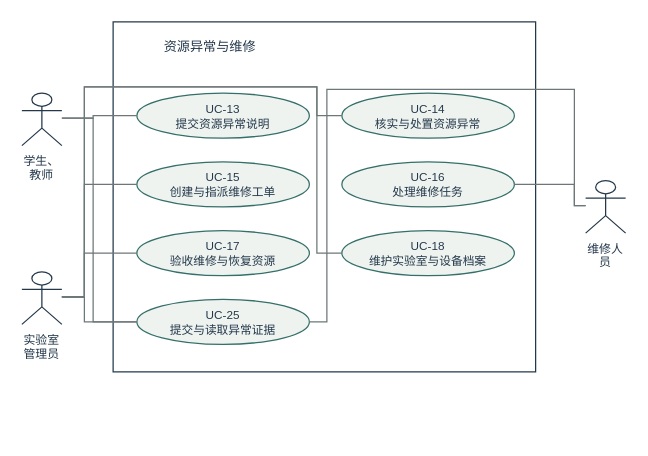
Earlier version of the draw.io diagram models/图形源文件/图4-4-维护用例分图.drawio (yvming67-gif/campus-lab-equipment-manager). Source tidied: cells renumbered, new cells numbered last; positions are measured from the earlier drawing's top-left corner, leaving out a move shared by most shapes. Both pictures are drawn from the tidied source at 125%, with x=0, y=0 at pixel (21, 21).
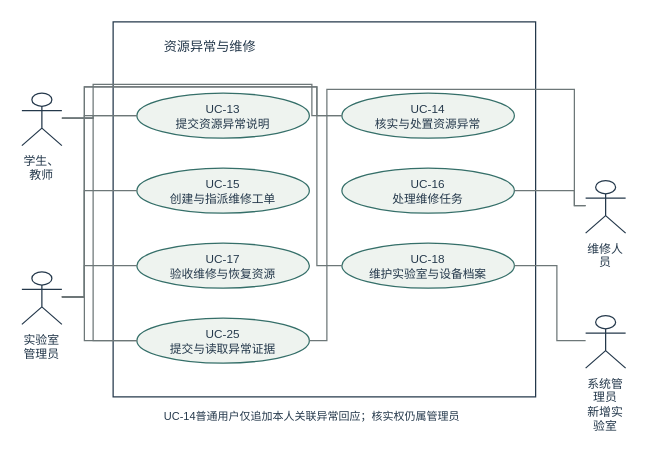
After the change.

Unchanged cells that the change refers to:
```xml
<mxCell id="4" value="UC-13&lt;br&gt;提交资源异常说明" style="ellipse;strokeColor=#356f69;fillColor=#eef3ef;whiteSpace=wrap;html=1;fontFamily=Microsoft YaHei;fontSize=9.4;fontColor=#24384b;" parent="1" vertex="1">
  <mxGeometry x="92" y="57" width="138" height="36" as="geometry" />
</mxCell>
<mxCell id="5" value="UC-14&lt;br&gt;核实与处置资源异常" style="ellipse;strokeColor=#356f69;fillColor=#eef3ef;whiteSpace=wrap;html=1;fontFamily=Microsoft YaHei;fontSize=9.4;fontColor=#24384b;" parent="1" vertex="1">
  <mxGeometry x="256" y="57" width="138" height="36" as="geometry" />
</mxCell>
<mxCell id="11" value="学生、教师" style="shape=umlActor;verticalLabelPosition=bottom;verticalAlign=top;strokeColor=#24384b;fillColor=none;whiteSpace=wrap;html=1;fontFamily=Microsoft YaHei;fontSize=9.5;fontColor=#24384b;" parent="1" vertex="1">
  <mxGeometry y="57" width="32" height="42" as="geometry" />
</mxCell>
<mxCell id="14" value="实验室&lt;br&gt;管理员" style="shape=umlActor;verticalLabelPosition=bottom;verticalAlign=top;strokeColor=#24384b;fillColor=none;whiteSpace=wrap;html=1;fontFamily=Microsoft YaHei;fontSize=9.5;fontColor=#24384b;" parent="1" vertex="1">
  <mxGeometry y="200" width="32" height="42" as="geometry" />
</mxCell>
<mxCell id="20" value="维修人员" style="shape=umlActor;verticalLabelPosition=bottom;verticalAlign=top;strokeColor=#24384b;fillColor=none;whiteSpace=wrap;html=1;fontFamily=Microsoft YaHei;fontSize=9.5;fontColor=#24384b;" parent="1" vertex="1">
  <mxGeometry x="451" y="127" width="32" height="42" as="geometry" />
</mxCell>
```

The edit, as a diff of the source:
```diff
@@
     <mxCell id="2" style="rounded=0;strokeColor=#24384b;fillColor=none;whiteSpace=wrap;html=1;fontFamily=Microsoft YaHei;fontSize=10;fontColor=#24384b;" parent="1" vertex="1">
-      <mxGeometry x="73" width="338" height="280" as="geometry" />
+      <mxGeometry x="73" width="338" height="300" as="geometry" />
     </mxCell>
@@
     <mxCell id="6" value="UC-15&lt;br&gt;创建与指派维修工单" style="ellipse;strokeColor=#356f69;fillColor=#eef3ef;whiteSpace=wrap;html=1;fontFamily=Microsoft YaHei;fontSize=9.4;fontColor=#24384b;" parent="1" vertex="1">
-      <mxGeometry x="92" y="112" width="138" height="36" as="geometry" />
+      <mxGeometry x="92" y="117" width="138" height="36" as="geometry" />
     </mxCell>
     <mxCell id="7" value="UC-16&lt;br&gt;处理维修任务" style="ellipse;strokeColor=#356f69;fillColor=#eef3ef;whiteSpace=wrap;html=1;fontFamily=Microsoft YaHei;fontSize=9.4;fontColor=#24384b;" parent="1" vertex="1">
-      <mxGeometry x="256" y="112" width="138" height="36" as="geometry" />
+      <mxGeometry x="256" y="117" width="138" height="36" as="geometry" />
     </mxCell>
     <mxCell id="8" value="UC-17&lt;br&gt;验收维修与恢复资源" style="ellipse;strokeColor=#356f69;fillColor=#eef3ef;whiteSpace=wrap;html=1;fontFamily=Microsoft YaHei;fontSize=9.4;fontColor=#24384b;" parent="1" vertex="1">
-      <mxGeometry x="92" y="167" width="138" height="36" as="geometry" />
+      <mxGeometry x="92" y="177" width="138" height="36" as="geometry" />
     </mxCell>
     <mxCell id="9" value="UC-18&lt;br&gt;维护实验室与设备档案" style="ellipse;strokeColor=#356f69;fillColor=#eef3ef;whiteSpace=wrap;html=1;fontFamily=Microsoft YaHei;fontSize=9.4;fontColor=#24384b;" parent="1" vertex="1">
-      <mxGeometry x="256" y="167" width="138" height="36" as="geometry" />
+      <mxGeometry x="256" y="177" width="138" height="36" as="geometry" />
     </mxCell>
     <mxCell id="10" value="UC-25&lt;br&gt;提交与读取异常证据" style="ellipse;strokeColor=#356f69;fillColor=#eef3ef;whiteSpace=wrap;html=1;fontFamily=Microsoft YaHei;fontSize=9.4;fontColor=#24384b;" parent="1" vertex="1">
-      <mxGeometry x="92" y="222" width="138" height="36" as="geometry" />
+      <mxGeometry x="92" y="237" width="138" height="36" as="geometry" />
     </mxCell>
@@
-    <mxCell id="13" style="edgeStyle=none;rounded=0;endArrow=none;dashed=0;strokeColor=#6d7778;exitX=1.0;exitY=0.47619047619047616;exitPerimeter=0;entryX=0.0;entryY=0.5;entryPerimeter=0;" parent="1" edge="1" source="11" target="10">
+    <mxCell id="13" style="edgeStyle=none;rounded=0;endArrow=none;dashed=0;strokeColor=#6d7778;exitX=1.0;exitY=0.47619047619047616;exitPerimeter=0;entryX=0.0;entryY=0.5;entryPerimeter=0;" parent="1" edge="1" source="11" target="5">
       <mxGeometry relative="1" as="geometry">
         <Array as="points">
           <mxPoint x="57" y="77" />
-          <mxPoint x="57" y="240" />
+          <mxPoint x="57" y="50" />
+          <mxPoint x="232" y="50" />
+          <mxPoint x="232" y="75" />
         </Array>
       </mxGeometry>
     </mxCell>
+    <mxCell id="23" style="edgeStyle=none;rounded=0;endArrow=none;dashed=0;strokeColor=#6d7778;exitX=1.0;exitY=0.47619047619047616;exitPerimeter=0;entryX=0.0;entryY=0.5;entryPerimeter=0;" parent="1" edge="1" source="11" target="10">
+      <mxGeometry relative="1" as="geometry">
+        <Array as="points">
+          <mxPoint x="57" y="77" />
+          <mxPoint x="57" y="255" />
+        </Array>
+      </mxGeometry>
+    </mxCell>
@@
-    <mxCell id="15" style="edgeStyle=none;rounded=0;endArrow=none;dashed=0;strokeColor=#6d7778;exitX=1.0;exitY=0.47619047619047616;exitPerimeter=0;entryX=0.0;entryY=0.5;entryPerimeter=0;" parent="1" edge="1" source="14" target="5">
-      <mxGeometry relative="1" as="geometry">
-        <Array as="points">
-          <mxPoint x="50" y="220" />
-          <mxPoint x="50" y="52" />
-          <mxPoint x="236" y="52" />
-          <mxPoint x="236" y="75" />
-        </Array>
-      </mxGeometry>
-    </mxCell>
-    <mxCell id="16" style="edgeStyle=none;rounded=0;endArrow=none;dashed=0;strokeColor=#6d7778;exitX=1.0;exitY=0.47619047619047616;exitPerimeter=0;entryX=0.0;entryY=0.5;entryPerimeter=0;" parent="1" edge="1" source="14" target="6">
+    <mxCell id="16" style="edgeStyle=none;rounded=0;endArrow=none;dashed=0;strokeColor=#6d7778;exitX=1.0;exitY=0.47619047619047616;exitPerimeter=0;entryX=0.0;entryY=0.5;entryPerimeter=0;" parent="1" edge="1" source="14" target="4">
       <mxGeometry relative="1" as="geometry">
         <Array as="points">
           <mxPoint x="50" y="220" />
-          <mxPoint x="50" y="130" />
+          <mxPoint x="50" y="75" />
         </Array>
       </mxGeometry>
     </mxCell>
-    <mxCell id="17" style="edgeStyle=none;rounded=0;endArrow=none;dashed=0;strokeColor=#6d7778;exitX=1.0;exitY=0.47619047619047616;exitPerimeter=0;entryX=0.0;entryY=0.5;entryPerimeter=0;" parent="1" edge="1" source="14" target="8">
+    <mxCell id="17" style="edgeStyle=none;rounded=0;endArrow=none;dashed=0;strokeColor=#6d7778;exitX=1.0;exitY=0.47619047619047616;exitPerimeter=0;entryX=0.0;entryY=0.5;entryPerimeter=0;" parent="1" edge="1" source="14" target="5">
       <mxGeometry relative="1" as="geometry">
         <Array as="points">
           <mxPoint x="50" y="220" />
-          <mxPoint x="50" y="185" />
+          <mxPoint x="50" y="52" />
+          <mxPoint x="236" y="52" />
+          <mxPoint x="236" y="75" />
         </Array>
       </mxGeometry>
     </mxCell>
-    <mxCell id="18" style="edgeStyle=none;rounded=0;endArrow=none;dashed=0;strokeColor=#6d7778;exitX=1.0;exitY=0.47619047619047616;exitPerimeter=0;entryX=0.0;entryY=0.5;entryPerimeter=0;" parent="1" edge="1" source="14" target="9">
+    <mxCell id="18" style="edgeStyle=none;rounded=0;endArrow=none;dashed=0;strokeColor=#6d7778;exitX=1.0;exitY=0.47619047619047616;exitPerimeter=0;entryX=0.0;entryY=0.5;entryPerimeter=0;" parent="1" edge="1" source="14" target="6">
       <mxGeometry relative="1" as="geometry">
         <Array as="points">
           <mxPoint x="50" y="220" />
-          <mxPoint x="50" y="52" />
-          <mxPoint x="236" y="52" />
-          <mxPoint x="236" y="185" />
+          <mxPoint x="50" y="135" />
         </Array>
       </mxGeometry>
     </mxCell>
-    <mxCell id="19" style="edgeStyle=none;rounded=0;endArrow=none;dashed=0;strokeColor=#6d7778;exitX=1.0;exitY=0.47619047619047616;exitPerimeter=0;entryX=0.0;entryY=0.5;entryPerimeter=0;" parent="1" edge="1" source="14" target="10">
+    <mxCell id="19" style="edgeStyle=none;rounded=0;endArrow=none;dashed=0;strokeColor=#6d7778;exitX=1.0;exitY=0.47619047619047616;exitPerimeter=0;entryX=0.0;entryY=0.5;entryPerimeter=0;" parent="1" edge="1" source="14" target="8">
       <mxGeometry relative="1" as="geometry">
         <Array as="points">
           <mxPoint x="50" y="220" />
-          <mxPoint x="50" y="240" />
+          <mxPoint x="50" y="195" />
         </Array>
       </mxGeometry>
     </mxCell>
+    <mxCell id="24" style="edgeStyle=none;rounded=0;endArrow=none;dashed=0;strokeColor=#6d7778;exitX=1.0;exitY=0.47619047619047616;exitPerimeter=0;entryX=0.0;entryY=0.5;entryPerimeter=0;" parent="1" edge="1" source="14" target="9">
+      <mxGeometry relative="1" as="geometry">
+        <Array as="points">
+          <mxPoint x="50" y="220" />
+          <mxPoint x="50" y="52" />
+          <mxPoint x="236" y="52" />
+          <mxPoint x="236" y="195" />
+        </Array>
+      </mxGeometry>
+    </mxCell>
+    <mxCell id="21" style="edgeStyle=none;rounded=0;endArrow=none;dashed=0;strokeColor=#6d7778;exitX=1.0;exitY=0.47619047619047616;exitPerimeter=0;entryX=0.0;entryY=0.5;entryPerimeter=0;" parent="1" edge="1" source="14" target="10">
+      <mxGeometry relative="1" as="geometry">
+        <Array as="points">
+          <mxPoint x="50" y="220" />
+          <mxPoint x="50" y="255" />
+        </Array>
+      </mxGeometry>
+    </mxCell>
@@
-    <mxCell id="21" style="edgeStyle=none;rounded=0;endArrow=none;dashed=0;strokeColor=#6d7778;exitX=0.0;exitY=0.47619047619047616;exitPerimeter=0;entryX=1.0;entryY=0.5;entryPerimeter=0;" parent="1" edge="1" source="20" target="7">
-      <mxGeometry relative="1" as="geometry">
-        <Array as="points">
-          <mxPoint x="442" y="147" />
-          <mxPoint x="442" y="130" />
-        </Array>
-      </mxGeometry>
-    </mxCell>
+    <mxCell id="25" style="edgeStyle=none;rounded=0;endArrow=none;dashed=0;strokeColor=#6d7778;exitX=0.0;exitY=0.47619047619047616;exitPerimeter=0;entryX=1.0;entryY=0.5;entryPerimeter=0;" parent="1" edge="1" source="20" target="7">
+      <mxGeometry relative="1" as="geometry">
+        <Array as="points">
+          <mxPoint x="442" y="147" />
+          <mxPoint x="442" y="135" />
+        </Array>
+      </mxGeometry>
+    </mxCell>
     <mxCell id="22" style="edgeStyle=none;rounded=0;endArrow=none;dashed=0;strokeColor=#6d7778;exitX=0.0;exitY=0.47619047619047616;exitPerimeter=0;entryX=1.0;entryY=0.5;entryPerimeter=0;" parent="1" edge="1" source="20" target="10">
       <mxGeometry relative="1" as="geometry">
         <Array as="points">
           <mxPoint x="442" y="147" />
           <mxPoint x="442" y="54" />
           <mxPoint x="244" y="54" />
-          <mxPoint x="244" y="240" />
+          <mxPoint x="244" y="255" />
         </Array>
       </mxGeometry>
     </mxCell>
+    <mxCell id="26" value="系统管理员&lt;br&gt;新增实验室" style="shape=umlActor;verticalLabelPosition=bottom;verticalAlign=top;strokeColor=#24384b;fillColor=none;whiteSpace=wrap;html=1;fontFamily=Microsoft YaHei;fontSize=9.5;fontColor=#24384b;" parent="1" vertex="1">
+      <mxGeometry x="451" y="235" width="32" height="42" as="geometry" />
+    </mxCell>
+    <mxCell id="27" style="edgeStyle=none;rounded=0;endArrow=none;dashed=0;strokeColor=#6d7778;exitX=0.0;exitY=0.47619047619047616;exitPerimeter=0;entryX=1.0;entryY=0.5;entryPerimeter=0;" parent="1" edge="1" source="26" target="9">
+      <mxGeometry relative="1" as="geometry">
+        <Array as="points">
+          <mxPoint x="428" y="255" />
+          <mxPoint x="428" y="195" />
+        </Array>
+      </mxGeometry>
+    </mxCell>
+    <mxCell id="28" value="UC-14普通用户仅追加本人关联异常回应；核实权仍属管理员" style="text;strokeColor=none;fillColor=none;whiteSpace=wrap;html=1;fontFamily=Microsoft YaHei;fontSize=8.8;fontColor=#24384b;" parent="1" vertex="1">
+      <mxGeometry x="112" y="304" width="260" height="25" as="geometry" />
+    </mxCell>
```
